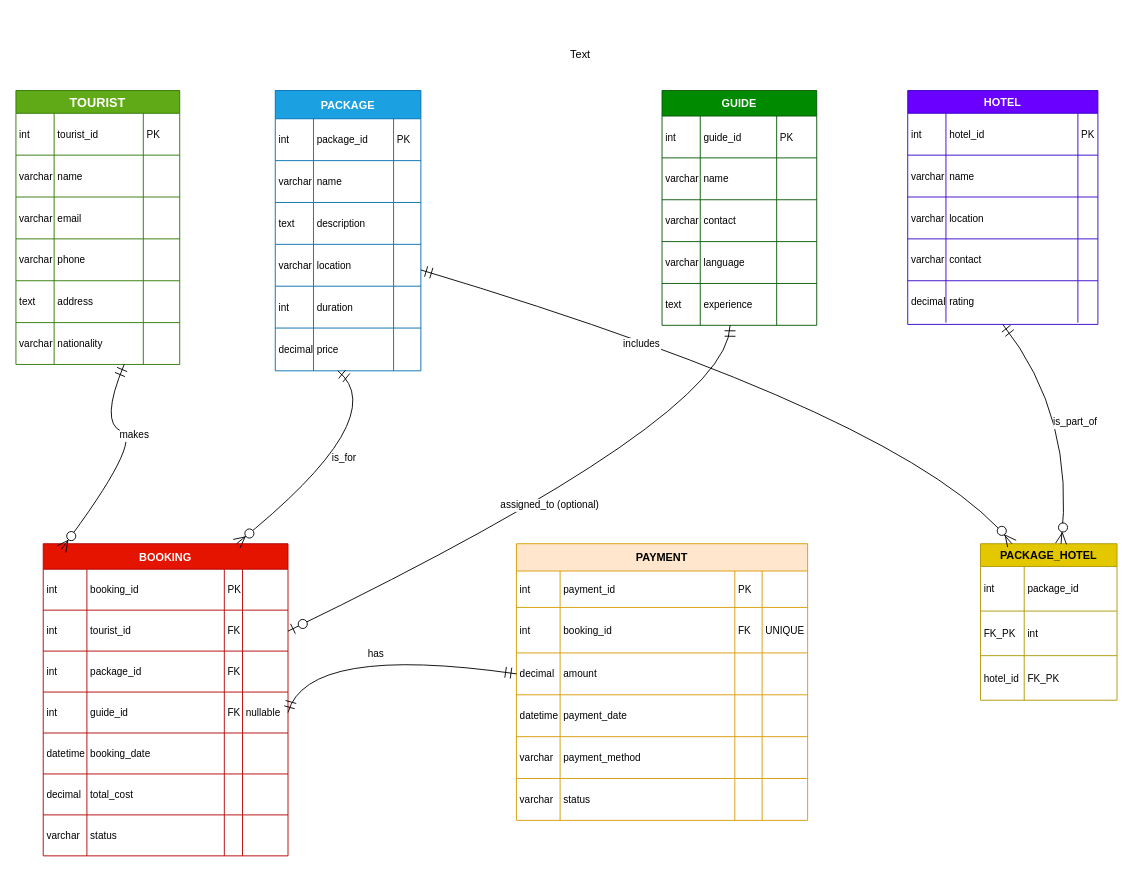
The draw.io diagram JAVA-PROJECT-main/com/tourism/ER_Diagram.drawio in AlazarNega-eng/JAVA-PROJECT, before the edit. Source tidied: cells renumbered, new cells numbered last; positions are measured from the earlier drawing's top-left corner, leaving out a move shared by most shapes. Both pictures are drawn from the tidied source at 91%, with x=0, y=0 at pixel (15, 41).
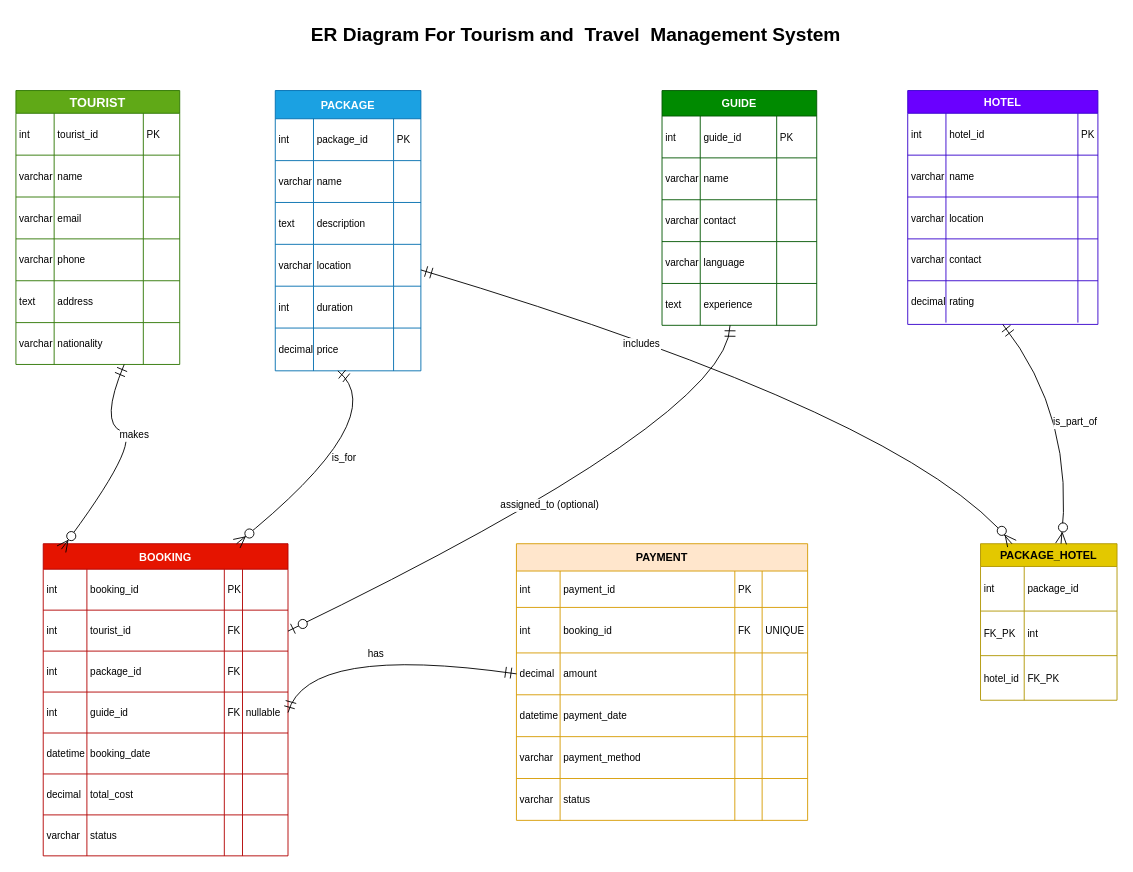
Above is the later version.

What changed in the source:
```diff
@@
-    <mxCell id="177" value="Text" style="text;html=1;align=center;verticalAlign=middle;strokeColor=none;fillColor=none;" parent="1" vertex="1">
-      <mxGeometry x="595" width="50" height="30" as="geometry" />
+    <mxCell id="177" value="&lt;font style=&quot;font-size: 21px;&quot;&gt;&lt;b&gt;ER Diagram For Tourism and&amp;nbsp; Travel&amp;nbsp; Management System&lt;/b&gt;&lt;/font&gt;" style="text;html=1;align=center;verticalAlign=middle;strokeColor=none;fillColor=none;" parent="1" vertex="1">
+      <mxGeometry x="310" y="-28" width="610" height="40" as="geometry" />
     </mxCell>
```
